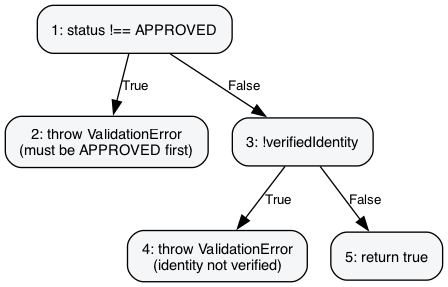
Earlier version of the Graphviz export report-assets/cfg/canConfirmHandover.png (Meili1407/Software-Testing-LostFound). Its source is kept beside it as report-assets/cfg/canConfirmHandover.dot.
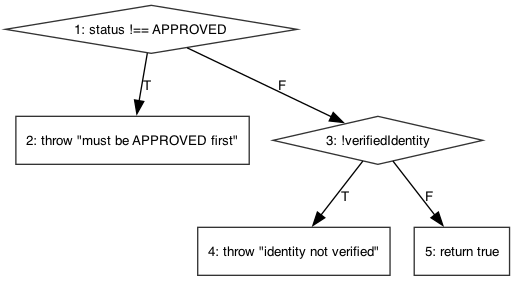
The same diagram one commit later.

The edit, as a diff of the source:
```diff
@@ -1,16 +1,16 @@
 digraph canConfirmHandover {
   rankdir=TB;
-  node [shape=box, style="rounded,filled", fillcolor="#f5f6f8", fontname="Helvetica", fontsize=11, margin="0.15,0.1"];
+  node [shape=box, fontname="Helvetica", fontsize=10, color="#333333"];
   edge [fontname="Helvetica", fontsize=10];
 
-  N1 [label="1: status !== APPROVED"];
-  N2 [label="2: throw ValidationError\n(must be APPROVED first)"];
-  N3 [label="3: !verifiedIdentity"];
-  N4 [label="4: throw ValidationError\n(identity not verified)"];
+  N1 [shape=diamond, label="1: status !== APPROVED"];
+  N2 [label="2: throw \"must be APPROVED first\""];
+  N3 [shape=diamond, label="3: !verifiedIdentity"];
+  N4 [label="4: throw \"identity not verified\""];
   N5 [label="5: return true"];
 
-  N1 -> N2 [label="True"];
-  N1 -> N3 [label="False"];
-  N3 -> N4 [label="True"];
-  N3 -> N5 [label="False"];
+  N1 -> N2 [label="T"];
+  N1 -> N3 [label="F"];
+  N3 -> N4 [label="T"];
+  N3 -> N5 [label="F"];
 }
```
